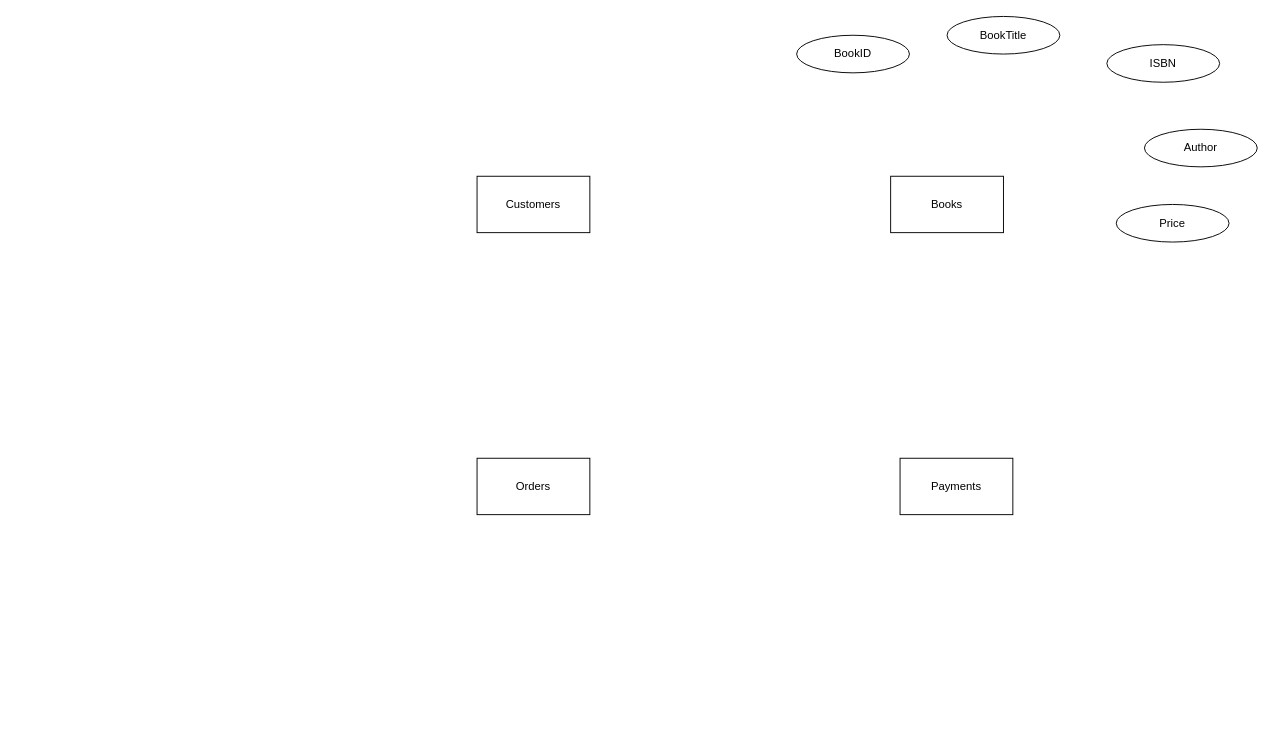
The draw.io diagram Projects/ERD_MIDTERM_ITINFOM.drawio in N0Obitaz/DrawIODiagrams, before the edit. Source tidied: cells renumbered, new cells numbered last; positions are measured from the earlier drawing's top-left corner, leaving out a move shared by most shapes. Both pictures are drawn from the tidied source at 94%, with x=0, y=0 at pixel (477, 16).
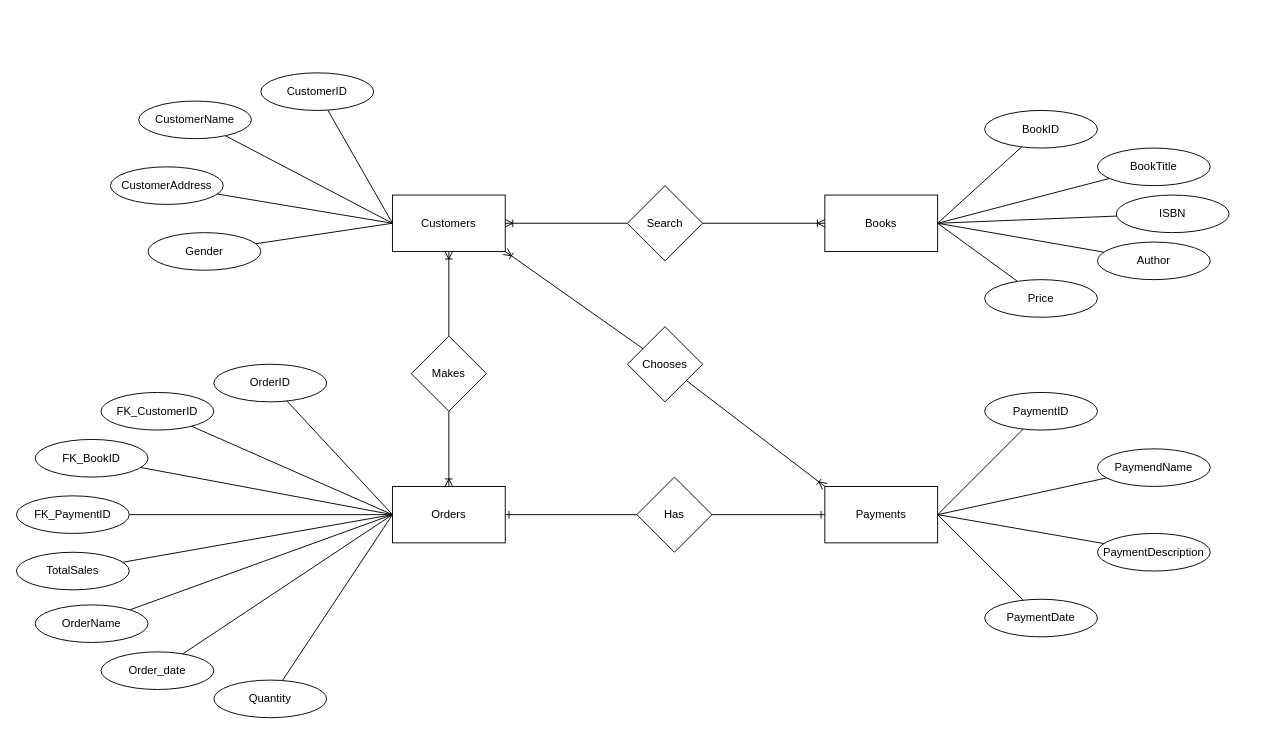
The same diagram, later.

What changed in the source:
```diff
@@
+    <mxCell id="4" value="Books" style="rounded=0;whiteSpace=wrap;html=1;" parent="1" vertex="1">
+      <mxGeometry x="370" y="190" width="120" height="60" as="geometry" />
+    </mxCell>
+    <mxCell id="11" style="rounded=0;jettySize=auto;html=1;entryX=1;entryY=0.5;entryDx=0;entryDy=0;endArrow=none;endFill=0;" parent="1" edge="1" source="6" target="4">
+      <mxGeometry relative="1" as="geometry" />
+    </mxCell>
+    <mxCell id="6" value="BookID" style="ellipse;whiteSpace=wrap;html=1;" parent="1" vertex="1">
+      <mxGeometry x="540" y="100" width="120" height="40" as="geometry" />
+    </mxCell>
+    <mxCell id="12" style="rounded=0;jettySize=auto;html=1;entryX=1;entryY=0.5;entryDx=0;entryDy=0;endArrow=none;endFill=0;" parent="1" edge="1" source="7" target="4">
+      <mxGeometry relative="1" as="geometry" />
+    </mxCell>
+    <mxCell id="7" value="BookTitle" style="ellipse;whiteSpace=wrap;html=1;" parent="1" vertex="1">
+      <mxGeometry x="660" y="140" width="120" height="40" as="geometry" />
+    </mxCell>
+    <mxCell id="13" style="rounded=0;jettySize=auto;html=1;entryX=1;entryY=0.5;entryDx=0;entryDy=0;endArrow=none;endFill=0;" parent="1" edge="1" source="8" target="4">
+      <mxGeometry relative="1" as="geometry" />
+    </mxCell>
+    <mxCell id="8" value="ISBN" style="ellipse;whiteSpace=wrap;html=1;" parent="1" vertex="1">
+      <mxGeometry x="680" y="190" width="120" height="40" as="geometry" />
+    </mxCell>
+    <mxCell id="14" style="rounded=0;jettySize=auto;html=1;entryX=1;entryY=0.5;entryDx=0;entryDy=0;endArrow=none;endFill=0;" parent="1" edge="1" source="9" target="4">
+      <mxGeometry relative="1" as="geometry" />
+    </mxCell>
+    <mxCell id="9" value="Author" style="ellipse;whiteSpace=wrap;html=1;" parent="1" vertex="1">
+      <mxGeometry x="660" y="240" width="120" height="40" as="geometry" />
+    </mxCell>
+    <mxCell id="15" style="rounded=0;jettySize=auto;html=1;entryX=1;entryY=0.5;entryDx=0;entryDy=0;endArrow=none;endFill=0;" parent="1" edge="1" source="10" target="4">
+      <mxGeometry relative="1" as="geometry" />
+    </mxCell>
+    <mxCell id="10" value="Price" style="ellipse;whiteSpace=wrap;html=1;" parent="1" vertex="1">
+      <mxGeometry x="540" y="280" width="120" height="40" as="geometry" />
+    </mxCell>
+    <mxCell id="16" style="group;" parent="1" vertex="1">
+      <mxGeometry x="-490" y="370" width="520" height="376" as="geometry" />
+    </mxCell>
+    <mxCell id="3" value="Orders" style="rounded=0;whiteSpace=wrap;html=1;" parent="16" vertex="1">
+      <mxGeometry x="400" y="130" width="120" height="60" as="geometry" />
+    </mxCell>
+    <mxCell id="17" style="rounded=0;jettySize=auto;html=1;entryX=0;entryY=0.5;entryDx=0;entryDy=0;endArrow=none;endFill=0;" parent="16" edge="1" source="18" target="3">
+      <mxGeometry relative="1" as="geometry" />
+    </mxCell>
+    <mxCell id="18" value="OrderID" style="ellipse;whiteSpace=wrap;html=1;" parent="16" vertex="1">
+      <mxGeometry x="210" width="120" height="40" as="geometry" />
+    </mxCell>
+    <mxCell id="19" style="rounded=0;jettySize=auto;html=1;entryX=0;entryY=0.5;entryDx=0;entryDy=0;endArrow=none;endFill=0;" parent="16" edge="1" source="20" target="3">
+      <mxGeometry relative="1" as="geometry" />
+    </mxCell>
+    <mxCell id="20" value="OrderName" style="ellipse;whiteSpace=wrap;html=1;" parent="16" vertex="1">
+      <mxGeometry x="20" y="256" width="120" height="40" as="geometry" />
+    </mxCell>
+    <mxCell id="21" style="rounded=0;jettySize=auto;html=1;entryX=0;entryY=0.5;entryDx=0;entryDy=0;endArrow=none;endFill=0;" parent="16" edge="1" source="22" target="3">
+      <mxGeometry relative="1" as="geometry" />
+    </mxCell>
+    <mxCell id="22" value="Quantity" style="ellipse;whiteSpace=wrap;html=1;" parent="16" vertex="1">
+      <mxGeometry x="210" y="336" width="120" height="40" as="geometry" />
+    </mxCell>
+    <mxCell id="23" style="rounded=0;jettySize=auto;html=1;entryX=0;entryY=0.5;entryDx=0;entryDy=0;endArrow=none;endFill=0;" parent="16" edge="1" source="24" target="3">
+      <mxGeometry relative="1" as="geometry" />
+    </mxCell>
+    <mxCell id="24" value="FK_CustomerID" style="ellipse;whiteSpace=wrap;html=1;" parent="16" vertex="1">
+      <mxGeometry x="90" y="30" width="120" height="40" as="geometry" />
+    </mxCell>
+    <mxCell id="25" style="rounded=0;jettySize=auto;html=1;entryX=0;entryY=0.5;entryDx=0;entryDy=0;endArrow=none;endFill=0;" parent="16" edge="1" source="26" target="3">
+      <mxGeometry relative="1" as="geometry" />
+    </mxCell>
+    <mxCell id="26" value="FK_PaymentID" style="ellipse;whiteSpace=wrap;html=1;" parent="16" vertex="1">
+      <mxGeometry y="140" width="120" height="40" as="geometry" />
+    </mxCell>
+    <mxCell id="27" style="rounded=0;jettySize=auto;html=1;entryX=0;entryY=0.5;entryDx=0;entryDy=0;endArrow=none;endFill=0;" parent="16" edge="1" source="28" target="3">
+      <mxGeometry relative="1" as="geometry" />
+    </mxCell>
+    <mxCell id="28" value="FK_BookID" style="ellipse;whiteSpace=wrap;html=1;" parent="16" vertex="1">
+      <mxGeometry x="20" y="80" width="120" height="40" as="geometry" />
+    </mxCell>
+    <mxCell id="29" style="rounded=0;jettySize=auto;html=1;entryX=0;entryY=0.5;entryDx=0;entryDy=0;endArrow=none;endFill=0;" parent="16" edge="1" source="30" target="3">
+      <mxGeometry relative="1" as="geometry" />
+    </mxCell>
+    <mxCell id="30" value="TotalSales" style="ellipse;whiteSpace=wrap;html=1;" parent="16" vertex="1">
+      <mxGeometry y="200" width="120" height="40" as="geometry" />
+    </mxCell>
+    <mxCell id="31" style="rounded=0;jettySize=auto;html=1;entryX=0;entryY=0.5;entryDx=0;entryDy=0;endArrow=none;endFill=0;" parent="16" edge="1" source="32" target="3">
+      <mxGeometry relative="1" as="geometry" />
+    </mxCell>
+    <mxCell id="32" value="Order_date" style="ellipse;whiteSpace=wrap;html=1;" parent="16" vertex="1">
+      <mxGeometry x="90" y="306" width="120" height="40" as="geometry" />
+    </mxCell>
+    <mxCell id="33" style="edgeStyle=orthogonalEdgeStyle;rounded=0;jettySize=auto;html=1;endArrow=ERoneToMany;endFill=0;" parent="16" edge="1" source="34" target="3">
+      <mxGeometry relative="1" as="geometry" />
+    </mxCell>
+    <mxCell id="34" value="Makes" style="rhombus;whiteSpace=wrap;html=1;" parent="16" vertex="1">
+      <mxGeometry x="420" y="-30" width="80" height="80" as="geometry" />
+    </mxCell>
+    <mxCell id="35" style="group;" parent="1" vertex="1">
+      <mxGeometry x="-390" y="60" width="420" height="210" as="geometry" />
+    </mxCell>
+    <mxCell id="5" value="Customers" style="rounded=0;whiteSpace=wrap;html=1;" parent="35" vertex="1">
+      <mxGeometry x="300" y="130" width="120" height="60" as="geometry" />
+    </mxCell>
+    <mxCell id="36" style="rounded=0;jettySize=auto;html=1;entryX=0;entryY=0.5;entryDx=0;entryDy=0;endArrow=none;endFill=0;" parent="35" edge="1" source="37" target="5">
+      <mxGeometry relative="1" as="geometry" />
+    </mxCell>
+    <mxCell id="37" value="Gender" style="ellipse;whiteSpace=wrap;html=1;" parent="35" vertex="1">
+      <mxGeometry x="40" y="170" width="120" height="40" as="geometry" />
+    </mxCell>
+    <mxCell id="38" style="rounded=0;jettySize=auto;html=1;entryX=0;entryY=0.5;entryDx=0;entryDy=0;endArrow=none;endFill=0;" parent="35" edge="1" source="39" target="5">
+      <mxGeometry relative="1" as="geometry" />
+    </mxCell>
+    <mxCell id="39" value="CustomerAddress" style="ellipse;whiteSpace=wrap;html=1;" parent="35" vertex="1">
+      <mxGeometry y="100" width="120" height="40" as="geometry" />
+    </mxCell>
+    <mxCell id="40" style="rounded=0;jettySize=auto;html=1;entryX=0;entryY=0.5;entryDx=0;entryDy=0;endArrow=none;endFill=0;" parent="35" edge="1" source="41" target="5">
+      <mxGeometry relative="1" as="geometry" />
+    </mxCell>
+    <mxCell id="41" value="CustomerName" style="ellipse;whiteSpace=wrap;html=1;" parent="35" vertex="1">
+      <mxGeometry x="30" y="30" width="120" height="40" as="geometry" />
+    </mxCell>
+    <mxCell id="42" style="rounded=0;jettySize=auto;html=1;entryX=0;entryY=0.5;entryDx=0;entryDy=0;endArrow=none;endFill=0;" parent="35" edge="1" source="43" target="5">
+      <mxGeometry relative="1" as="geometry" />
+    </mxCell>
+    <mxCell id="43" value="CustomerID" style="ellipse;whiteSpace=wrap;html=1;" parent="35" vertex="1">
+      <mxGeometry x="160" width="120" height="40" as="geometry" />
+    </mxCell>
+    <mxCell id="44" style="group;" parent="1" vertex="1">
+      <mxGeometry x="370" y="400" width="410" height="260" as="geometry" />
+    </mxCell>
-    <mxCell id="2" value="Payments" style="rounded=0;whiteSpace=wrap;html=1;" parent="1" vertex="1">
-      <mxGeometry x="450" y="470" width="120" height="60" as="geometry" />
+    <mxCell id="2" value="Payments" style="rounded=0;whiteSpace=wrap;html=1;" parent="44" vertex="1">
+      <mxGeometry y="100" width="120" height="60" as="geometry" />
     </mxCell>
-    <mxCell id="3" value="Orders" style="rounded=0;whiteSpace=wrap;html=1;" parent="1" vertex="1">
-      <mxGeometry y="470" width="120" height="60" as="geometry" />
-    </mxCell>
-    <mxCell id="4" value="Books" style="rounded=0;whiteSpace=wrap;html=1;" parent="1" vertex="1">
-      <mxGeometry x="440" y="170" width="120" height="60" as="geometry" />
-    </mxCell>
-    <mxCell id="5" value="Customers" style="rounded=0;whiteSpace=wrap;html=1;" parent="1" vertex="1">
-      <mxGeometry y="170" width="120" height="60" as="geometry" />
-    </mxCell>
-    <mxCell id="6" value="BookID" style="ellipse;whiteSpace=wrap;html=1;" parent="1" vertex="1">
-      <mxGeometry x="340" y="20" width="120" height="40" as="geometry" />
-    </mxCell>
-    <mxCell id="7" value="BookTitle" style="ellipse;whiteSpace=wrap;html=1;" parent="1" vertex="1">
-      <mxGeometry x="500" width="120" height="40" as="geometry" />
-    </mxCell>
-    <mxCell id="8" value="ISBN" style="ellipse;whiteSpace=wrap;html=1;" parent="1" vertex="1">
-      <mxGeometry x="670" y="30" width="120" height="40" as="geometry" />
-    </mxCell>
-    <mxCell id="9" value="Author" style="ellipse;whiteSpace=wrap;html=1;" parent="1" vertex="1">
-      <mxGeometry x="710" y="120" width="120" height="40" as="geometry" />
-    </mxCell>
-    <mxCell id="10" value="Price" style="ellipse;whiteSpace=wrap;html=1;" parent="1" vertex="1">
-      <mxGeometry x="680" y="200" width="120" height="40" as="geometry" />
-    </mxCell>
+    <mxCell id="45" style="rounded=0;jettySize=auto;html=1;entryX=1;entryY=0.5;entryDx=0;entryDy=0;endArrow=none;endFill=0;" parent="44" edge="1" source="46" target="2">
+      <mxGeometry relative="1" as="geometry" />
+    </mxCell>
+    <mxCell id="46" value="PaymentID" style="ellipse;whiteSpace=wrap;html=1;" parent="44" vertex="1">
+      <mxGeometry x="170" width="120" height="40" as="geometry" />
+    </mxCell>
+    <mxCell id="47" style="rounded=0;jettySize=auto;html=1;entryX=1;entryY=0.5;entryDx=0;entryDy=0;endArrow=none;endFill=0;" parent="44" edge="1" source="48" target="2">
+      <mxGeometry relative="1" as="geometry" />
+    </mxCell>
+    <mxCell id="48" value="PaymendName" style="ellipse;whiteSpace=wrap;html=1;" parent="44" vertex="1">
+      <mxGeometry x="290" y="60" width="120" height="40" as="geometry" />
+    </mxCell>
+    <mxCell id="49" style="rounded=0;jettySize=auto;html=1;entryX=1;entryY=0.5;entryDx=0;entryDy=0;endArrow=none;endFill=0;" parent="44" edge="1" source="50" target="2">
+      <mxGeometry relative="1" as="geometry" />
+    </mxCell>
+    <mxCell id="50" value="PaymentDescription" style="ellipse;whiteSpace=wrap;html=1;" parent="44" vertex="1">
+      <mxGeometry x="290" y="150" width="120" height="40" as="geometry" />
+    </mxCell>
+    <mxCell id="51" style="rounded=0;jettySize=auto;html=1;entryX=1;entryY=0.5;entryDx=0;entryDy=0;endArrow=none;endFill=0;" parent="44" edge="1" source="52" target="2">
+      <mxGeometry relative="1" as="geometry" />
+    </mxCell>
+    <mxCell id="52" value="PaymentDate" style="ellipse;whiteSpace=wrap;html=1;" parent="44" vertex="1">
+      <mxGeometry x="170" y="220" width="120" height="40" as="geometry" />
+    </mxCell>
+    <mxCell id="53" style="edgeStyle=orthogonalEdgeStyle;rounded=0;jettySize=auto;html=1;entryX=1;entryY=0.5;entryDx=0;entryDy=0;endArrow=ERone;endFill=0;" parent="1" edge="1" source="55" target="3">
+      <mxGeometry relative="1" as="geometry" />
+    </mxCell>
+    <mxCell id="54" style="edgeStyle=orthogonalEdgeStyle;rounded=0;jettySize=auto;html=1;entryX=0;entryY=0.5;entryDx=0;entryDy=0;endArrow=ERone;endFill=0;" parent="1" edge="1" source="55" target="2">
+      <mxGeometry relative="1" as="geometry" />
+    </mxCell>
+    <mxCell id="55" value="Has" style="rhombus;whiteSpace=wrap;html=1;" parent="1" vertex="1">
+      <mxGeometry x="170" y="490" width="80" height="80" as="geometry" />
+    </mxCell>
+    <mxCell id="56" style="edgeStyle=orthogonalEdgeStyle;rounded=0;jettySize=auto;html=1;entryX=1;entryY=0.5;entryDx=0;entryDy=0;endArrow=ERoneToMany;endFill=0;" parent="1" edge="1" source="58" target="5">
+      <mxGeometry relative="1" as="geometry" />
+    </mxCell>
+    <mxCell id="57" style="edgeStyle=orthogonalEdgeStyle;rounded=0;jettySize=auto;html=1;entryX=0;entryY=0.5;entryDx=0;entryDy=0;endArrow=ERoneToMany;endFill=0;" parent="1" edge="1" source="58" target="4">
+      <mxGeometry relative="1" as="geometry" />
+    </mxCell>
+    <mxCell id="58" value="Search" style="rhombus;whiteSpace=wrap;html=1;" parent="1" vertex="1">
+      <mxGeometry x="160" y="180" width="80" height="80" as="geometry" />
+    </mxCell>
+    <mxCell id="59" style="edgeStyle=orthogonalEdgeStyle;rounded=0;jettySize=auto;html=1;endArrow=ERoneToMany;endFill=0;" parent="1" edge="1" source="34" target="5">
+      <mxGeometry relative="1" as="geometry" />
+    </mxCell>
+    <mxCell id="60" style="rounded=0;jettySize=auto;html=1;entryX=1;entryY=1;entryDx=0;entryDy=0;endArrow=ERoneToMany;endFill=0;" parent="1" edge="1" source="62" target="5">
+      <mxGeometry relative="1" as="geometry" />
+    </mxCell>
+    <mxCell id="61" style="rounded=0;jettySize=auto;html=1;endArrow=ERoneToMany;endFill=0;" parent="1" edge="1" source="62">
+      <mxGeometry relative="1" as="geometry">
+        <mxPoint x="370" y="500" as="targetPoint" />
+      </mxGeometry>
+    </mxCell>
+    <mxCell id="62" value="Chooses" style="rhombus;whiteSpace=wrap;html=1;" parent="1" vertex="1">
+      <mxGeometry x="160" y="330" width="80" height="80" as="geometry" />
+    </mxCell>
```
